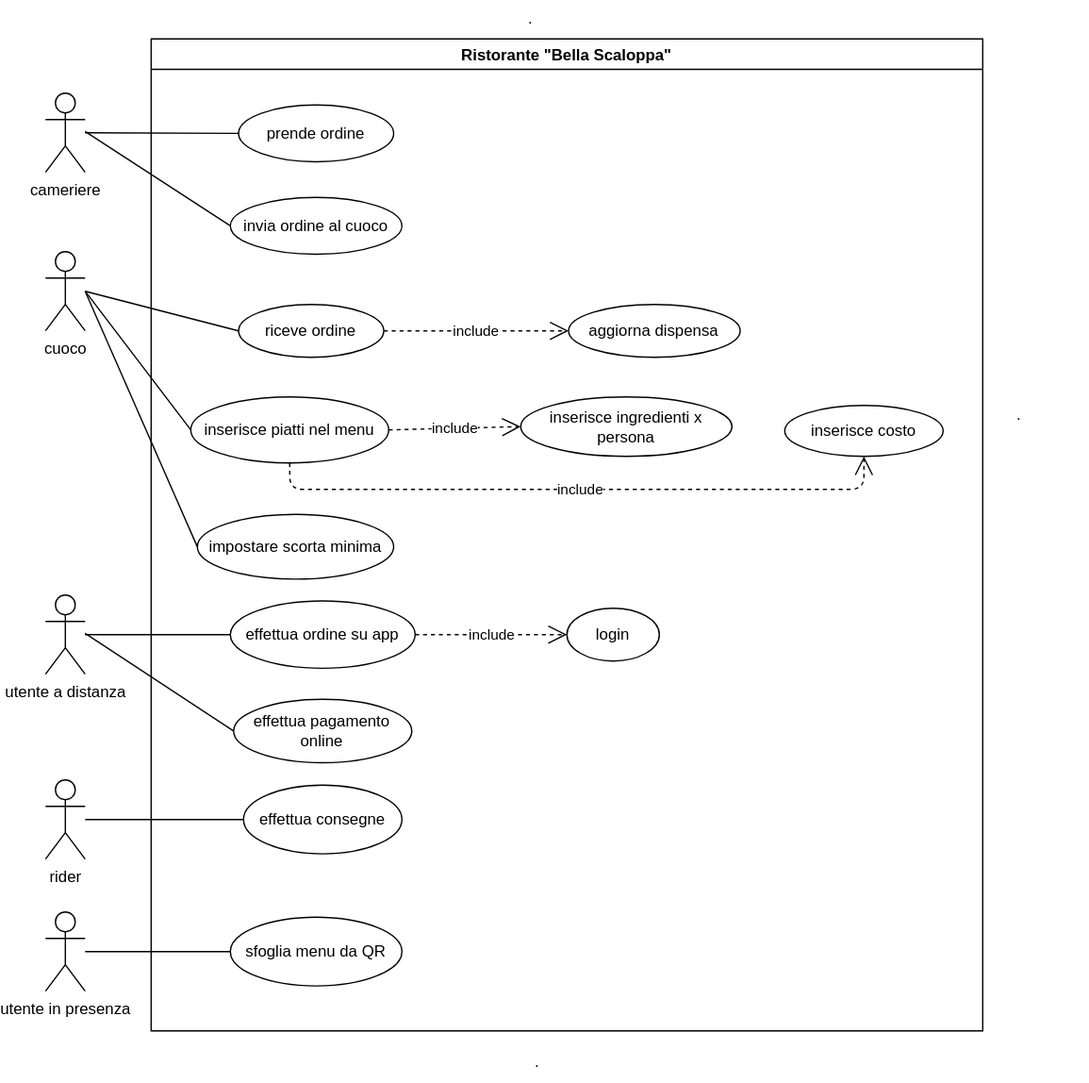
The draw.io diagram ExamUseCaseDiagram.svg in Santeenee/ExamProject, before a commit. Source tidied: cells renumbered, new cells last; positions are measured from the earlier drawing's top-left corner, leaving out a move shared by most shapes.
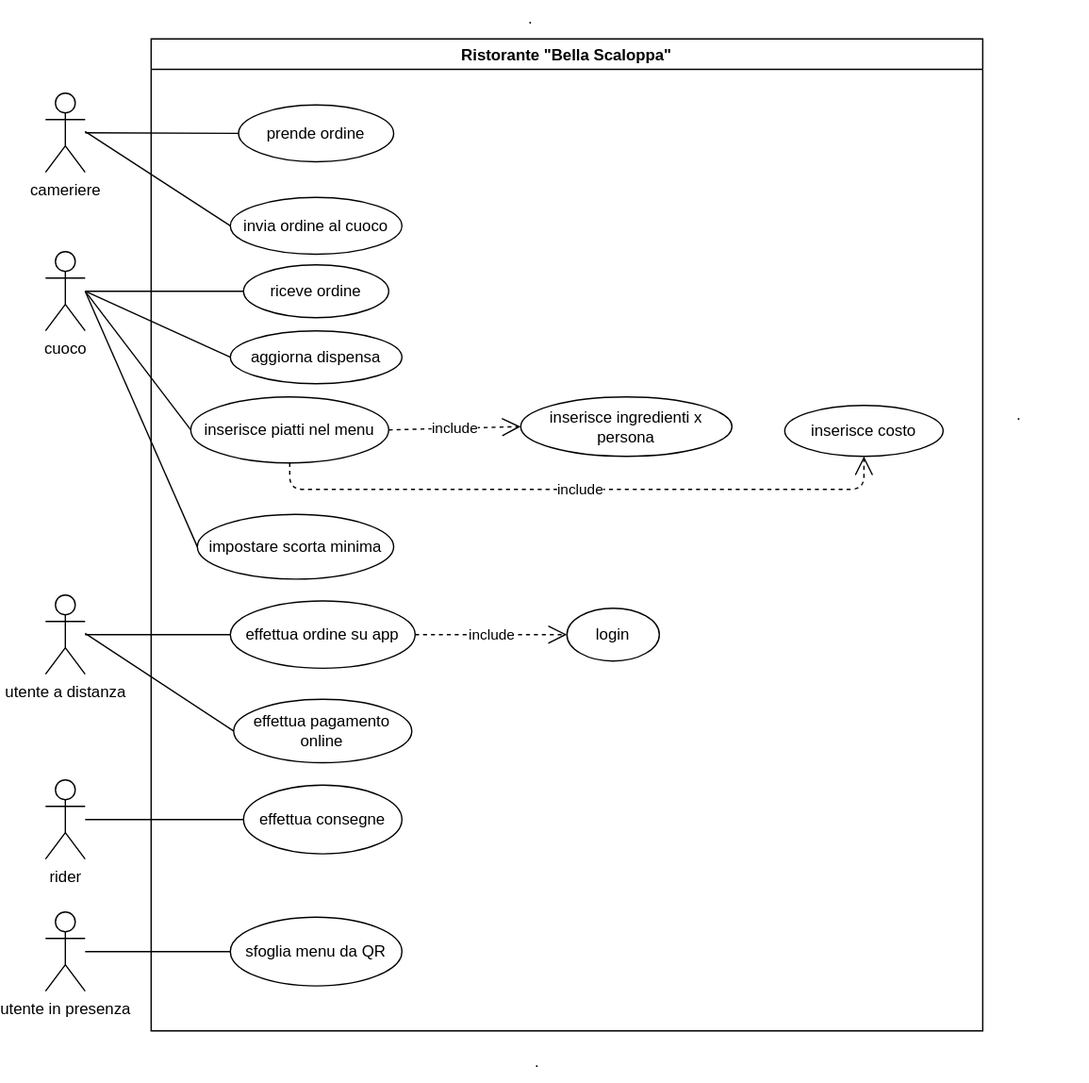
Above is the later version.

Change to the diagram source:
```diff
@@ -23,14 +23,11 @@
     <mxCell id="8" value="impostare scorta minima" style="ellipse;whiteSpace=wrap;html=1;" parent="6" vertex="1">
       <mxGeometry x="35" y="360" width="148.8" height="49" as="geometry" />
     </mxCell>
-    <mxCell id="9" value="include" style="endArrow=open;endSize=12;dashed=1;html=1;exitX=1;exitY=0.5;exitDx=0;exitDy=0;entryX=0;entryY=0.5;entryDx=0;entryDy=0;" parent="6" edge="1" source="10" target="11">
-      <mxGeometry relative="1" as="geometry" />
-    </mxCell>
     <mxCell id="10" value="riceve ordine" style="ellipse;whiteSpace=wrap;html=1;" parent="6" vertex="1">
-      <mxGeometry x="66.2" y="201" width="110" height="40" as="geometry" />
+      <mxGeometry x="70" y="171" width="110" height="40" as="geometry" />
     </mxCell>
     <mxCell id="11" value="aggiorna dispensa" style="ellipse;whiteSpace=wrap;html=1;" parent="6" vertex="1">
-      <mxGeometry x="316.2" y="201" width="130" height="40" as="geometry" />
+      <mxGeometry x="60" y="221" width="130" height="40" as="geometry" />
     </mxCell>
     <mxCell id="12" value="effettua ordine su app" style="ellipse;whiteSpace=wrap;html=1;" parent="6" vertex="1">
       <mxGeometry x="60" y="425.5" width="140" height="51" as="geometry" />
@@ -124,5 +121,10 @@
     <mxCell id="36" value="." style="text;strokeColor=none;fillColor=none;align=left;verticalAlign=top;spacingLeft=4;spacingRight=4;overflow=hidden;" parent="1" vertex="1">
       <mxGeometry x="730" y="300" width="60" height="26" as="geometry" />
     </mxCell>
+    <mxCell id="37" style="endArrow=none;html=1;entryX=0;entryY=0.5;entryDx=0;entryDy=0;" parent="1" edge="1" target="11">
+      <mxGeometry relative="1" as="geometry">
+        <mxPoint x="30" y="220" as="sourcePoint" />
+      </mxGeometry>
+    </mxCell>
   </root>
 </mxGraphModel>
```
